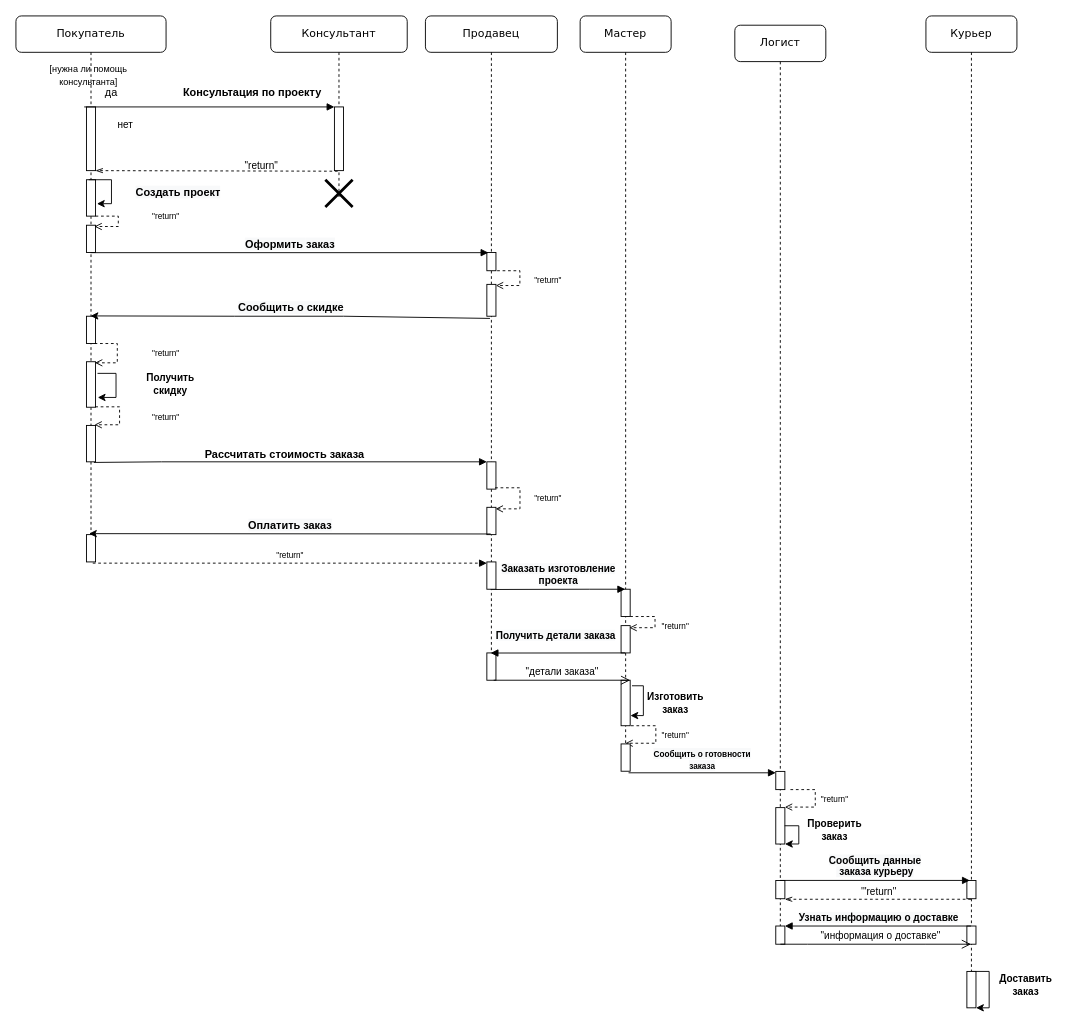
Before: Диаграмма без названия.drawio in shatanov/IT-exams, a draw.io diagram. Source tidied: cells renumbered, new cells numbered last; positions are measured from the earlier drawing's top-left corner, leaving out a move shared by most shapes. Both pictures are drawn from the tidied source at 91%, with x=0, y=0 at pixel (15, 15).
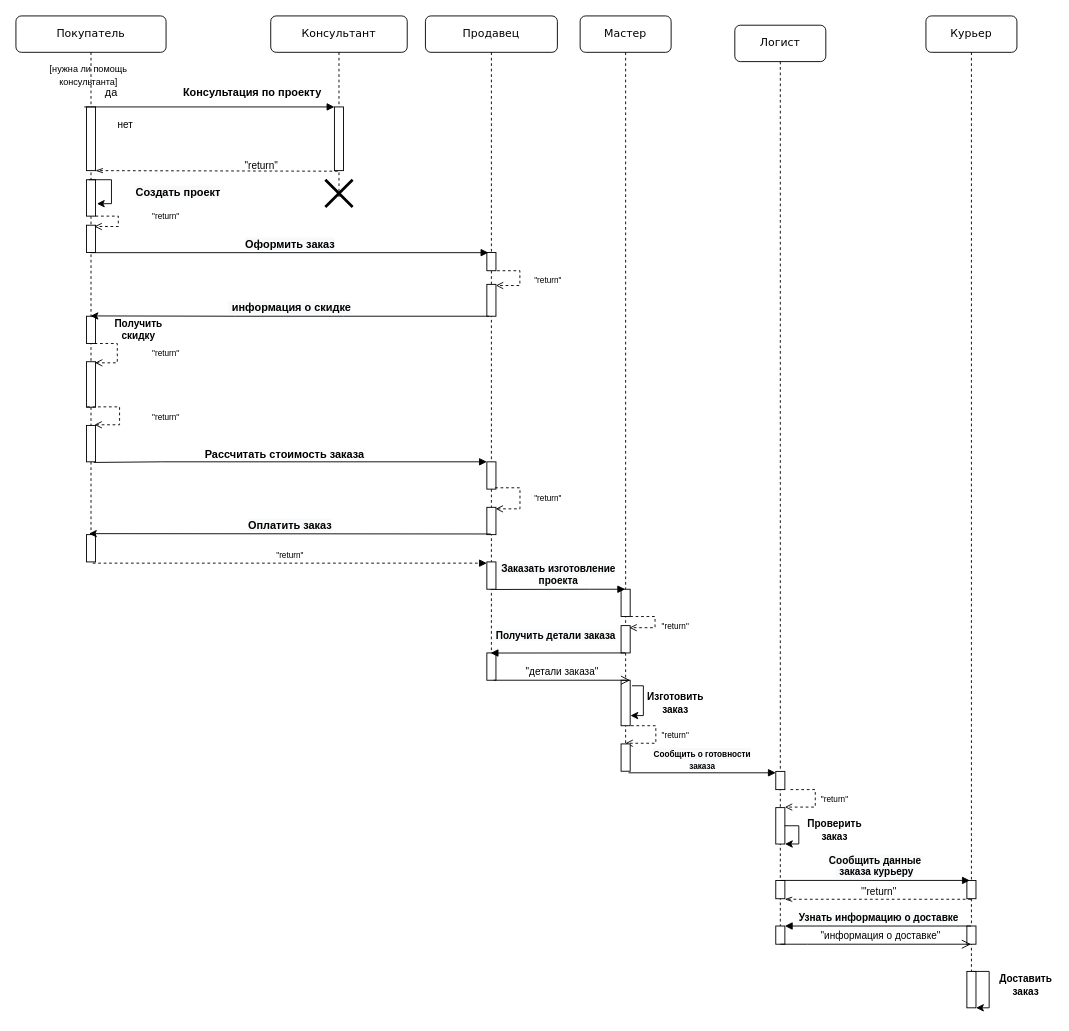
The same page after the edit.

Unchanged cells that the change refers to:
```xml
<mxCell id="8" style="html=1;points=[];perimeter=orthogonalPerimeter;rounded=0;shadow=0;comic=0;labelBackgroundColor=none;strokeWidth=1;fontFamily=Verdana;fontSize=12;align=center;" parent="5" vertex="1">
  <mxGeometry x="67.5" y="295" width="10" height="35" as="geometry" />
</mxCell>
<mxCell id="35" value="Покупатель" style="shape=umlLifeline;perimeter=lifelinePerimeter;whiteSpace=wrap;html=1;outlineConnect=0;rounded=1;shadow=0;comic=0;labelBackgroundColor=none;strokeWidth=1;fontFamily=Verdana;fontSize=12;align=center;" parent="1" vertex="1">
  <mxGeometry width="165" height="600" as="geometry" />
</mxCell>
<mxCell id="36" style="html=1;points=[];perimeter=orthogonalPerimeter;rounded=0;shadow=0;comic=0;labelBackgroundColor=none;strokeWidth=1;fontFamily=Verdana;fontSize=12;align=center;" parent="35" vertex="1">
  <mxGeometry x="77.5" y="330" width="10" height="30" as="geometry" />
</mxCell>
<mxCell id="40" style="html=1;points=[];perimeter=orthogonalPerimeter;rounded=0;shadow=0;comic=0;labelBackgroundColor=none;strokeWidth=1;fontFamily=Verdana;fontSize=12;align=center;" parent="35" vertex="1">
  <mxGeometry x="77.5" y="380" width="10" height="50" as="geometry" />
</mxCell>
<mxCell id="42" style="html=1;points=[];perimeter=orthogonalPerimeter;rounded=0;shadow=0;comic=0;labelBackgroundColor=none;strokeWidth=1;fontFamily=Verdana;fontSize=12;align=center;" parent="35" vertex="1">
  <mxGeometry x="77.5" y="450" width="10" height="40" as="geometry" />
</mxCell>
```

Diff of the diagram source:
```diff
@@
-    <mxCell id="37" style="endArrow=classic;html=1;rounded=0;fontSize=10;edgeStyle=elbowEdgeStyle;entryX=1.243;entryY=0.785;entryDx=0;entryDy=0;entryPerimeter=0;exitX=1.216;exitY=0.256;exitDx=0;exitDy=0;exitPerimeter=0;" parent="35" edge="1" source="40" target="40">
-      <mxGeometry relative="1" as="geometry">
-        <Array as="points">
-          <mxPoint x="110" y="380" />
-          <mxPoint x="95" y="354" />
-          <mxPoint x="85" y="390" />
-          <mxPoint x="125" y="380" />
-        </Array>
-      </mxGeometry>
-    </mxCell>
@@
-    <mxCell id="49" style="endArrow=open;html=1;rounded=0;fontSize=10;edgeStyle=elbowEdgeStyle;entryX=0.883;entryY=-0.018;entryDx=0;entryDy=0;entryPerimeter=0;dashed=1;endFill=0;exitX=0.966;exitY=0.991;exitDx=0;exitDy=0;exitPerimeter=0;" parent="35" edge="1" source="40" target="42">
+    <mxCell id="49" style="endArrow=open;html=1;rounded=0;fontSize=10;edgeStyle=elbowEdgeStyle;entryX=0.883;entryY=-0.018;entryDx=0;entryDy=0;entryPerimeter=0;dashed=1;endFill=0;exitX=0.074;exitY=0.992;exitDx=0;exitDy=0;exitPerimeter=0;" parent="35" edge="1" source="40" target="42">
       <mxGeometry relative="1" as="geometry">
         <Array as="points">
           <mxPoint x="113.9" y="430" />
           <mxPoint x="98.9" y="404" />
           <mxPoint x="88.9" y="440" />
           <mxPoint x="128.9" y="430" />
         </Array>
       </mxGeometry>
     </mxCell>
+    <mxCell id="61" value="&lt;font size=&quot;1&quot;&gt;&lt;b style=&quot;font-size: 11px&quot;&gt;Получить скидку&lt;/b&gt;&lt;/font&gt;" style="text;html=1;strokeColor=none;fillColor=none;align=center;verticalAlign=middle;whiteSpace=wrap;rounded=0;fontSize=10;" parent="35" vertex="1">
+      <mxGeometry x="105" y="330" width="60" height="30" as="geometry" />
+    </mxCell>
@@
-    <mxCell id="53" value="&lt;span style=&quot;font-size: 12px ; background-color: rgb(248 , 249 , 250)&quot;&gt;&lt;b&gt;Сообщить о скидке&lt;/b&gt;&lt;/span&gt;" style="html=1;verticalAlign=bottom;endArrow=classic;rounded=0;fontSize=11;endFill=1;entryX=0.455;entryY=-0.011;entryDx=0;entryDy=0;entryPerimeter=0;exitX=0.342;exitY=1.069;exitDx=0;exitDy=0;exitPerimeter=0;" parent="1" edge="1" source="8" target="36">
+    <mxCell id="53" value="&lt;span style=&quot;font-size: 12px ; background-color: rgb(248 , 249 , 250)&quot;&gt;&lt;b&gt;&amp;nbsp;информация о скидке&lt;/b&gt;&lt;/span&gt;" style="html=1;verticalAlign=bottom;endArrow=classic;rounded=0;fontSize=11;endFill=1;entryX=0.455;entryY=-0.011;entryDx=0;entryDy=0;entryPerimeter=0;" parent="1" edge="1" target="36">
       <mxGeometry relative="1" as="geometry">
+        <mxPoint x="520" y="330" as="sourcePoint" />
         <Array as="points">
           <mxPoint x="360" y="330" />
           <mxPoint x="240" y="330" />
         </Array>
       </mxGeometry>
     </mxCell>
@@
-    <mxCell id="61" value="&lt;font size=&quot;1&quot;&gt;&lt;b style=&quot;font-size: 11px&quot;&gt;Получить скидку&lt;/b&gt;&lt;/font&gt;" style="text;html=1;strokeColor=none;fillColor=none;align=center;verticalAlign=middle;whiteSpace=wrap;rounded=0;fontSize=10;" parent="1" vertex="1">
-      <mxGeometry x="140" y="390" width="60" height="30" as="geometry" />
-    </mxCell>
```
